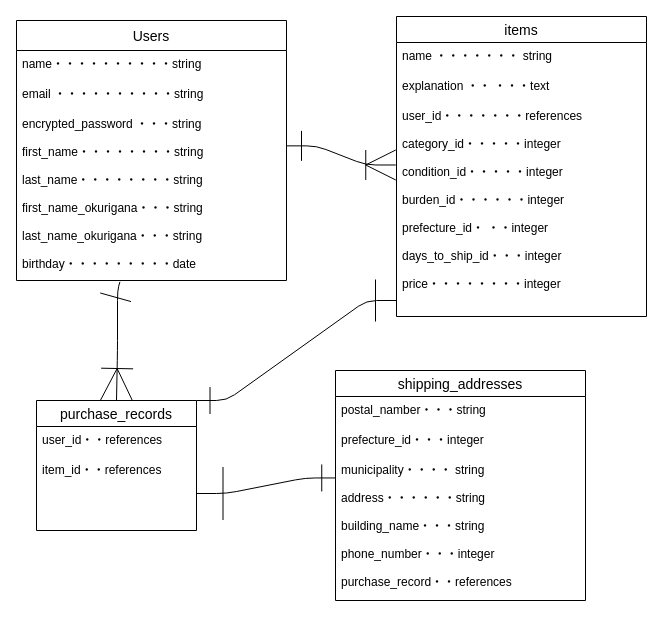
This is app/furima.dio from masahiko1214/furima-34506, a draw.io file, before an edit. Source tidied: cells renumbered, new cells numbered last; positions are measured from the earlier drawing's top-left corner, leaving out a move shared by most shapes. Both pictures are drawn from the tidied source at 100%, with x=0, y=0 at pixel (16, 16).
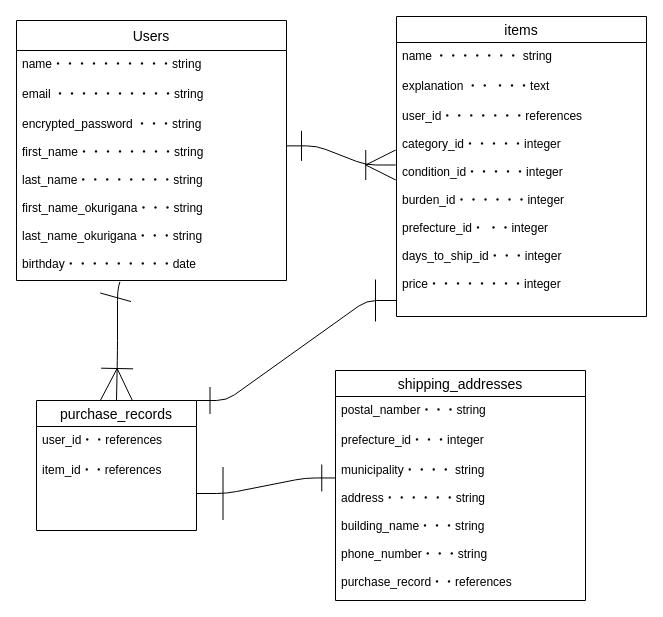
The same diagram, later.

Commit message (it also covers changes not shown here):
コードレビュー後修正#4

DB設計の修正

The change refers to these unchanged cells:
```xml
<mxCell id="13" value="shipping_addresses" style="swimlane;fontStyle=0;horizontal=1;startSize=26;align=center;fontSize=14;" parent="1" vertex="1">
  <mxGeometry x="319" y="354" width="250" height="230" as="geometry" />
</mxCell>
```

The edit, as a diff of the source:
```diff
@@
-    <mxCell id="16" value="municipality・・・・ string&#10;&#10;address・・・・・・string&#10;&#10;building_name・・・string&#10;&#10;phone_number・・・integer&#10;&#10;purchase_record・・references" style="text;strokeColor=none;fillColor=none;spacingLeft=4;spacingRight=4;overflow=hidden;points=[[0,0.5],[1,0.5]];portConstraint=eastwest;fontSize=12;" parent="13" vertex="1">
+    <mxCell id="16" value="municipality・・・・ string&#10;&#10;address・・・・・・string&#10;&#10;building_name・・・string&#10;&#10;phone_number・・・string&#10;&#10;purchase_record・・references" style="text;strokeColor=none;fillColor=none;spacingLeft=4;spacingRight=4;overflow=hidden;points=[[0,0.5],[1,0.5]];portConstraint=eastwest;fontSize=12;" parent="13" vertex="1">
       <mxGeometry y="86" width="250" height="144" as="geometry" />
     </mxCell>
```
